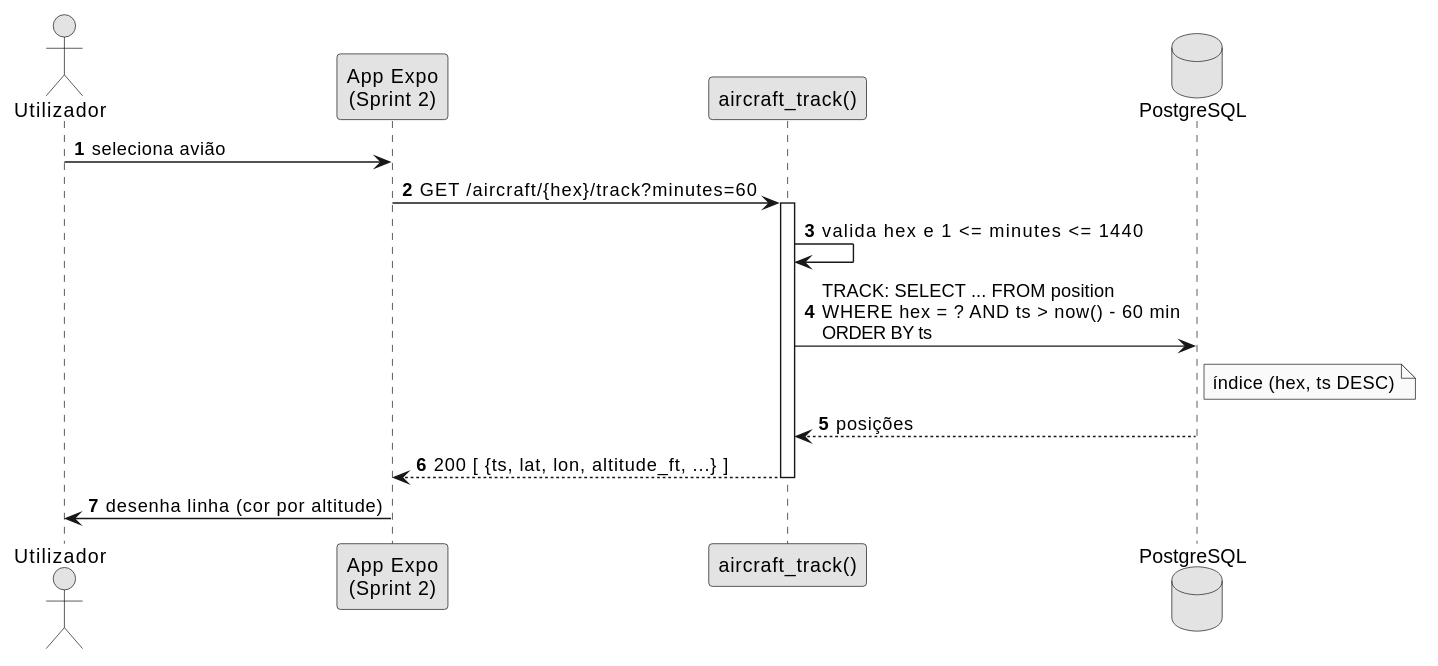
miguelsiilva1/SkyTracer keeps this PlantUML diagram as docs/system-documentation/use-cases/US10/svg/sd_us10.svg. Above is the earlier version. Its diagram source:
```plantuml
@startuml
autonumber
skinparam monochrome true
actor "Utilizador" as U
participant "App Expo\n(Sprint 2)" as App
participant "aircraft_track()" as API
database "PostgreSQL" as DB

U -> App : seleciona avião
App -> API : GET /aircraft/{hex}/track?minutes=60
activate API
API -> API : valida hex e 1 <= minutes <= 1440
API -> DB : TRACK: SELECT ... FROM position\nWHERE hex = ? AND ts > now() - 60 min\nORDER BY ts
note right of DB : índice (hex, ts DESC)
DB --> API : posições
API --> App : 200 [ {ts, lat, lon, altitude_ft, ...} ]
deactivate API
App -> U : desenha linha (cor por altitude)
@enduml
```
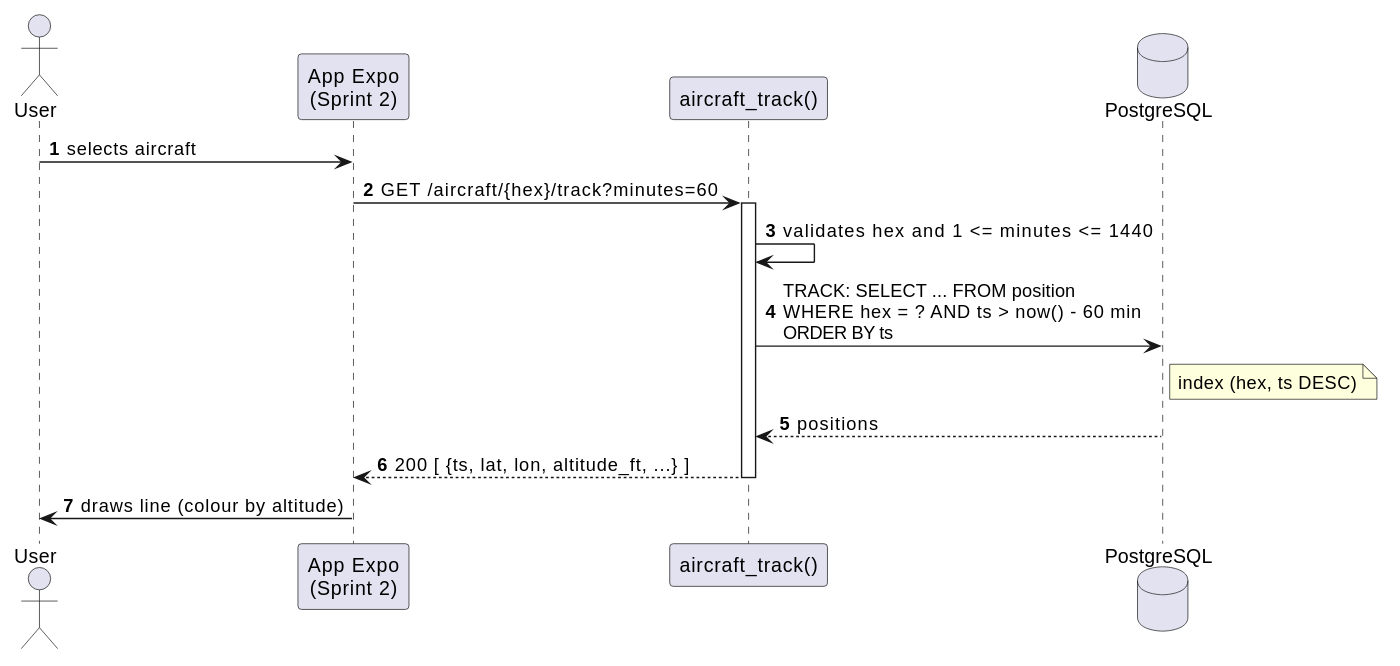
The same diagram one commit later.

What changed in the source:
```diff
@@ -1,19 +1,18 @@
 @startuml
 autonumber
-skinparam monochrome true
-actor "Utilizador" as U
+actor "User" as U
 participant "App Expo\n(Sprint 2)" as App
 participant "aircraft_track()" as API
 database "PostgreSQL" as DB
 
-U -> App : seleciona avião
+U -> App : selects aircraft
 App -> API : GET /aircraft/{hex}/track?minutes=60
 activate API
-API -> API : valida hex e 1 <= minutes <= 1440
+API -> API : validates hex and 1 <= minutes <= 1440
 API -> DB : TRACK: SELECT ... FROM position\nWHERE hex = ? AND ts > now() - 60 min\nORDER BY ts
-note right of DB : índice (hex, ts DESC)
-DB --> API : posições
+note right of DB : index (hex, ts DESC)
+DB --> API : positions
 API --> App : 200 [ {ts, lat, lon, altitude_ft, ...} ]
 deactivate API
-App -> U : desenha linha (cor por altitude)
+App -> U : draws line (colour by altitude)
 @enduml
```
